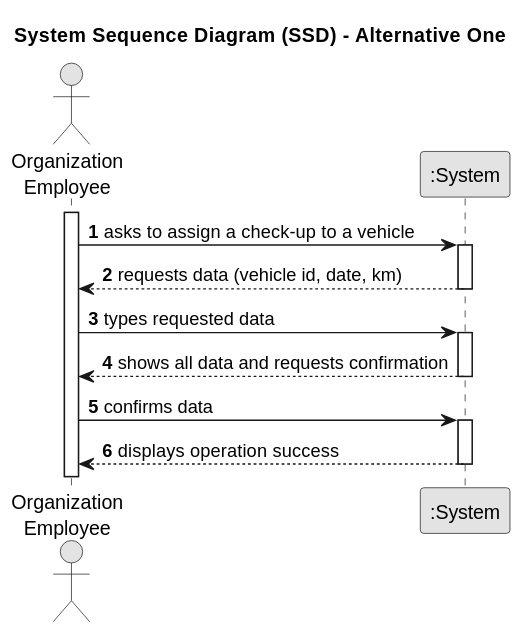
This is docs/sprintA/us007/01.requirements-engineering/svg/us007-system-sequence-diagram-alternative-one.svg from Departamento-de-Engenharia-Informatica/lei-24-s2-1dl-g121, a PlantUML export, as it was before one commit. The source it was exported from:
```plantuml
@startuml
skinparam monochrome true
skinparam packageStyle rectangle
skinparam shadowing false

title System Sequence Diagram (SSD) - Alternative One

autonumber

actor "Organization\nEmployee" as Employee
participant ":System" as System

activate Employee

    Employee -> System : asks to assign a check-up to a vehicle
    activate System

        System --> Employee : requests data (vehicle id, date, km)
    deactivate System

    Employee -> System : types requested data
    activate System

        System --> Employee : shows all data and requests confirmation
    deactivate System

    Employee -> System : confirms data
    activate System

        System --> Employee : displays operation success
    deactivate System
@enduml
```
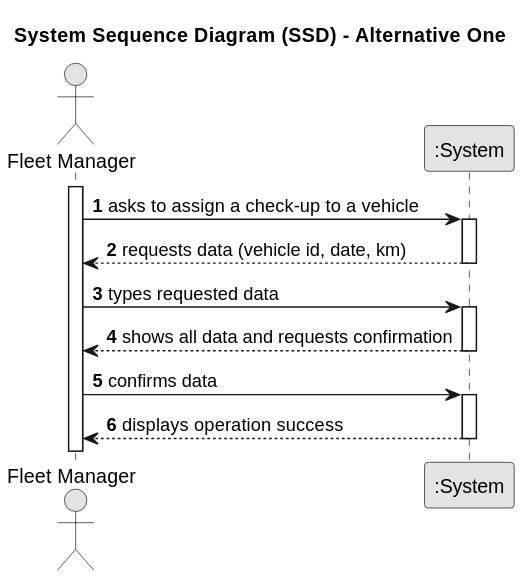
After the commit.

The edit, as a diff of the source:
```diff
@@ -7,7 +7,7 @@
 
 autonumber
 
-actor "Organization\nEmployee" as Employee
+actor "Fleet Manager" as Employee
 participant ":System" as System
 
 activate Employee
```
